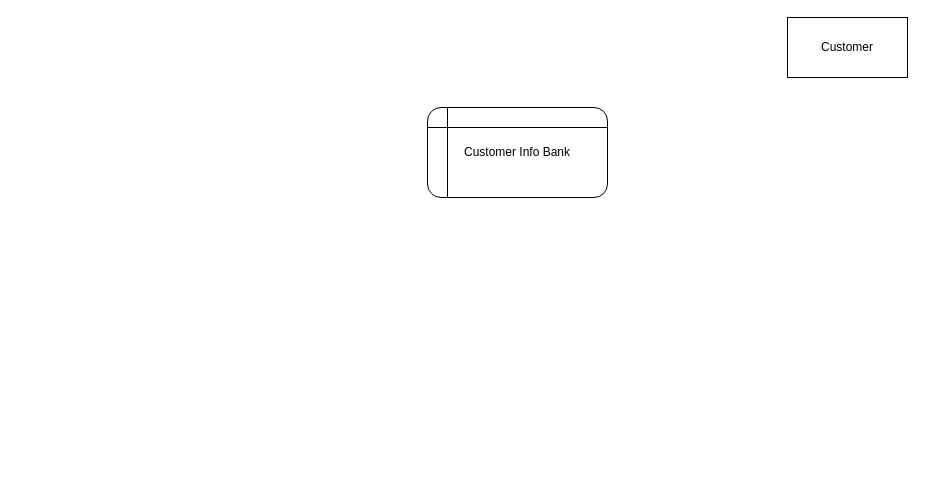
This is page "Revision Level 2 DFD (Customer Bank)" (8 of 10) of DFD DIAGRAMS.drawio from BryanFabellore/Team_SPOTLIGHT, a draw.io file, before an edit. Source tidied: cells renumbered, new cells numbered last; positions are measured from the earlier drawing's top-left corner, leaving out a move shared by most shapes. Both pictures are drawn from the tidied source at 100%, with x=0, y=0 at pixel (427, 17).
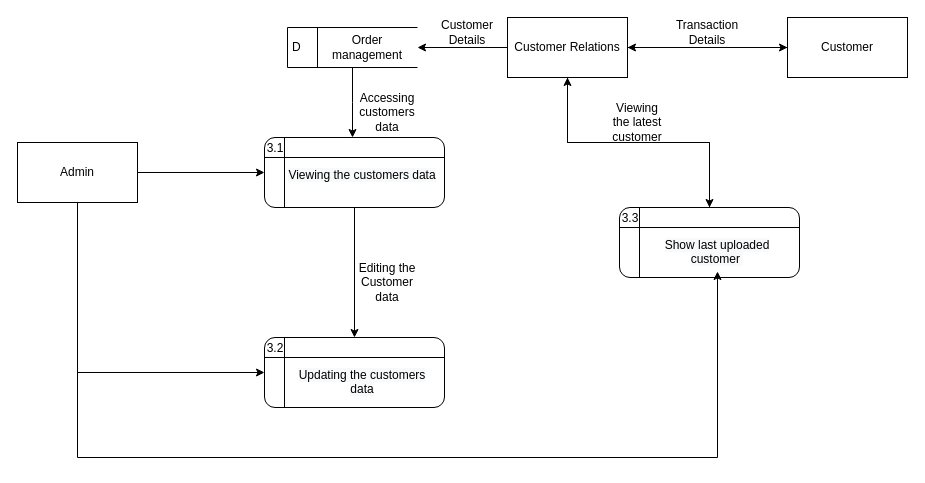
After the change.

The change refers to these unchanged cells:
```xml
<mxCell id="3" value="Customer" style="rounded=0;whiteSpace=wrap;html=1;strokeColor=default;fontFamily=Helvetica;fontSize=12;fontColor=default;fillColor=#FFFFFF;" parent="1" vertex="1">
  <mxGeometry x="360" width="120" height="60" as="geometry" />
</mxCell>
```

What changed in the source:
```diff
@@
-    <mxCell id="2" value="Customer Info Bank" style="shape=internalStorage;whiteSpace=wrap;html=1;backgroundOutline=1;rounded=1;strokeColor=default;fontFamily=Helvetica;fontSize=12;fontColor=default;fillColor=#FFFFFF;" parent="1" vertex="1">
-      <mxGeometry y="90" width="180" height="90" as="geometry" />
-    </mxCell>
+    <mxCell id="4" style="edgeStyle=orthogonalEdgeStyle;rounded=0;jettySize=auto;html=1;entryX=1;entryY=0.5;entryDx=0;entryDy=0;" parent="1" edge="1" source="3" target="8">
+      <mxGeometry relative="1" as="geometry" />
+    </mxCell>
@@
+    <mxCell id="5" style="edgeStyle=orthogonalEdgeStyle;rounded=0;jettySize=auto;html=1;" parent="1" edge="1" source="8" target="3">
+      <mxGeometry relative="1" as="geometry" />
+    </mxCell>
+    <mxCell id="6" style="edgeStyle=orthogonalEdgeStyle;rounded=0;jettySize=auto;html=1;entryX=1;entryY=0.5;entryDx=0;entryDy=0;" parent="1" edge="1" source="8" target="15">
+      <mxGeometry relative="1" as="geometry" />
+    </mxCell>
+    <mxCell id="7" style="edgeStyle=orthogonalEdgeStyle;rounded=0;jettySize=auto;html=1;entryX=0.5;entryY=0;entryDx=0;entryDy=0;" parent="1" edge="1" source="8" target="27">
+      <mxGeometry relative="1" as="geometry" />
+    </mxCell>
+    <mxCell id="8" value="Customer Relations" style="rounded=0;whiteSpace=wrap;html=1;strokeColor=default;fontFamily=Helvetica;fontSize=12;fontColor=default;fillColor=#FFFFFF;" parent="1" vertex="1">
+      <mxGeometry x="80" width="120" height="60" as="geometry" />
+    </mxCell>
+    <mxCell id="9" value="Transaction Details" style="text;html=1;strokeColor=none;fillColor=none;align=center;verticalAlign=middle;whiteSpace=wrap;rounded=0;" parent="1" vertex="1">
+      <mxGeometry x="250" width="60" height="30" as="geometry" />
+    </mxCell>
+    <mxCell id="10" style="group;" parent="1" vertex="1">
+      <mxGeometry x="-167" y="120" width="184" height="70" as="geometry" />
+    </mxCell>
+    <mxCell id="11" style="shape=internalStorage;whiteSpace=wrap;html=1;backgroundOutline=1;rounded=1;strokeColor=default;fontFamily=Helvetica;fontSize=12;fontColor=default;fillColor=#FFFFFF;" parent="10" vertex="1">
+      <mxGeometry x="4" width="180" height="70" as="geometry" />
+    </mxCell>
+    <mxCell id="12" value="3.1" style="text;html=1;strokeColor=none;fillColor=none;align=center;verticalAlign=middle;whiteSpace=wrap;rounded=0;" parent="10" vertex="1">
+      <mxGeometry y="1" width="30" height="20" as="geometry" />
+    </mxCell>
+    <mxCell id="13" value="&lt;span style=&quot;color: rgb(0, 0, 0); font-family: Helvetica; font-size: 12px; font-style: normal; font-variant-ligatures: normal; font-variant-caps: normal; font-weight: 400; letter-spacing: normal; orphans: 2; text-indent: 0px; text-transform: none; widows: 2; word-spacing: 0px; -webkit-text-stroke-width: 0px; background-color: rgb(248, 249, 250); text-decoration-thickness: initial; text-decoration-style: initial; text-decoration-color: initial; float: none; display: inline !important;&quot;&gt;Viewing the customers data&lt;/span&gt;" style="text;whiteSpace=wrap;html=1;align=center;" parent="10" vertex="1">
+      <mxGeometry x="27" y="24" width="150" height="40" as="geometry" />
+    </mxCell>
+    <mxCell id="14" style="group;" parent="1" vertex="1">
+      <mxGeometry x="-140" y="10" width="130" height="40" as="geometry" />
+    </mxCell>
+    <mxCell id="15" value="D&lt;span style=&quot;white-space: pre;&quot;&gt; &lt;/span&gt;" style="html=1;dashed=0;whitespace=wrap;shape=mxgraph.dfd.dataStoreID;align=left;spacingLeft=3;points=[[0,0],[0.5,0],[1,0],[0,0.5],[1,0.5],[0,1],[0.5,1],[1,1]];" parent="14" vertex="1">
+      <mxGeometry width="130" height="40" as="geometry" />
+    </mxCell>
+    <mxCell id="16" value="Order management" style="text;html=1;strokeColor=none;fillColor=none;align=center;verticalAlign=middle;whiteSpace=wrap;rounded=0;" parent="14" vertex="1">
+      <mxGeometry x="50" y="10" width="60" height="20" as="geometry" />
+    </mxCell>
+    <mxCell id="17" style="edgeStyle=orthogonalEdgeStyle;rounded=0;jettySize=auto;html=1;" parent="1" edge="1" source="15">
+      <mxGeometry relative="1" as="geometry">
+        <mxPoint x="-75" y="120" as="targetPoint" />
+      </mxGeometry>
+    </mxCell>
+    <mxCell id="18" value="Customer Details" style="text;html=1;strokeColor=none;fillColor=none;align=center;verticalAlign=middle;whiteSpace=wrap;rounded=0;" parent="1" vertex="1">
+      <mxGeometry x="10" width="60" height="30" as="geometry" />
+    </mxCell>
+    <mxCell id="19" style="group;" parent="1" vertex="1">
+      <mxGeometry x="-167" y="320" width="184" height="70" as="geometry" />
+    </mxCell>
+    <mxCell id="20" style="shape=internalStorage;whiteSpace=wrap;html=1;backgroundOutline=1;rounded=1;strokeColor=default;fontFamily=Helvetica;fontSize=12;fontColor=default;fillColor=#FFFFFF;" parent="19" vertex="1">
+      <mxGeometry x="4" width="180" height="70" as="geometry" />
+    </mxCell>
+    <mxCell id="21" value="3.2" style="text;html=1;strokeColor=none;fillColor=none;align=center;verticalAlign=middle;whiteSpace=wrap;rounded=0;" parent="19" vertex="1">
+      <mxGeometry y="1" width="30" height="20" as="geometry" />
+    </mxCell>
+    <mxCell id="22" value="&lt;span style=&quot;color: rgb(0, 0, 0); font-family: Helvetica; font-size: 12px; font-style: normal; font-variant-ligatures: normal; font-variant-caps: normal; font-weight: 400; letter-spacing: normal; orphans: 2; text-indent: 0px; text-transform: none; widows: 2; word-spacing: 0px; -webkit-text-stroke-width: 0px; background-color: rgb(248, 249, 250); text-decoration-thickness: initial; text-decoration-style: initial; text-decoration-color: initial; float: none; display: inline !important;&quot;&gt;Updating the customers data&lt;/span&gt;" style="text;whiteSpace=wrap;html=1;align=center;" parent="19" vertex="1">
+      <mxGeometry x="27" y="24" width="150" height="40" as="geometry" />
+    </mxCell>
+    <mxCell id="23" style="edgeStyle=orthogonalEdgeStyle;rounded=0;jettySize=auto;html=1;exitX=0.5;exitY=1;exitDx=0;exitDy=0;entryX=0.5;entryY=0;entryDx=0;entryDy=0;" parent="1" edge="1" source="11" target="20">
+      <mxGeometry relative="1" as="geometry" />
+    </mxCell>
+    <mxCell id="24" value="Accessing customers data" style="text;html=1;strokeColor=none;fillColor=none;align=center;verticalAlign=middle;whiteSpace=wrap;rounded=0;" parent="1" vertex="1">
+      <mxGeometry x="-70" y="80" width="60" height="30" as="geometry" />
+    </mxCell>
+    <mxCell id="25" value="Editing the Customer data" style="text;html=1;strokeColor=none;fillColor=none;align=center;verticalAlign=middle;whiteSpace=wrap;rounded=0;" parent="1" vertex="1">
+      <mxGeometry x="-70" y="250" width="60" height="30" as="geometry" />
+    </mxCell>
+    <mxCell id="26" style="group;" parent="1" vertex="1">
+      <mxGeometry x="188" y="190" width="184" height="70" as="geometry" />
+    </mxCell>
+    <mxCell id="27" style="shape=internalStorage;whiteSpace=wrap;html=1;backgroundOutline=1;rounded=1;strokeColor=default;fontFamily=Helvetica;fontSize=12;fontColor=default;fillColor=#FFFFFF;" parent="26" vertex="1">
+      <mxGeometry x="4" width="180" height="70" as="geometry" />
+    </mxCell>
+    <mxCell id="28" value="3.3" style="text;html=1;strokeColor=none;fillColor=none;align=center;verticalAlign=middle;whiteSpace=wrap;rounded=0;" parent="26" vertex="1">
+      <mxGeometry y="1" width="30" height="20" as="geometry" />
+    </mxCell>
+    <mxCell id="29" value="&lt;span style=&quot;color: rgb(0, 0, 0); font-family: Helvetica; font-size: 12px; font-style: normal; font-variant-ligatures: normal; font-variant-caps: normal; font-weight: 400; letter-spacing: normal; orphans: 2; text-indent: 0px; text-transform: none; widows: 2; word-spacing: 0px; -webkit-text-stroke-width: 0px; background-color: rgb(248, 249, 250); text-decoration-thickness: initial; text-decoration-style: initial; text-decoration-color: initial; float: none; display: inline !important;&quot;&gt;Show last uploaded customer&amp;nbsp;&lt;/span&gt;" style="text;whiteSpace=wrap;html=1;align=center;" parent="26" vertex="1">
+      <mxGeometry x="27" y="24" width="150" height="40" as="geometry" />
+    </mxCell>
+    <mxCell id="30" style="edgeStyle=orthogonalEdgeStyle;rounded=0;jettySize=auto;html=1;entryX=0.5;entryY=1;entryDx=0;entryDy=0;" parent="1" edge="1" source="27" target="8">
+      <mxGeometry relative="1" as="geometry" />
+    </mxCell>
+    <mxCell id="31" value="Viewing the latest customer" style="text;html=1;strokeColor=none;fillColor=none;align=center;verticalAlign=middle;whiteSpace=wrap;rounded=0;" parent="1" vertex="1">
+      <mxGeometry x="180" y="90" width="60" height="30" as="geometry" />
+    </mxCell>
+    <mxCell id="32" style="edgeStyle=orthogonalEdgeStyle;rounded=0;jettySize=auto;html=1;entryX=0;entryY=0.5;entryDx=0;entryDy=0;" parent="1" edge="1" source="35" target="11">
+      <mxGeometry relative="1" as="geometry" />
+    </mxCell>
+    <mxCell id="33" style="edgeStyle=orthogonalEdgeStyle;rounded=0;jettySize=auto;html=1;entryX=0.5;entryY=1;entryDx=0;entryDy=0;" parent="1" edge="1" source="35" target="29">
+      <mxGeometry relative="1" as="geometry">
+        <Array as="points">
+          <mxPoint x="-350" y="440" />
+          <mxPoint x="290" y="440" />
+        </Array>
+      </mxGeometry>
+    </mxCell>
+    <mxCell id="34" style="edgeStyle=orthogonalEdgeStyle;rounded=0;jettySize=auto;html=1;entryX=0;entryY=0.5;entryDx=0;entryDy=0;" parent="1" edge="1" source="35" target="20">
+      <mxGeometry relative="1" as="geometry">
+        <Array as="points">
+          <mxPoint x="-350" y="355" />
+        </Array>
+      </mxGeometry>
+    </mxCell>
+    <mxCell id="35" value="Admin" style="rounded=0;whiteSpace=wrap;html=1;strokeColor=default;fontFamily=Helvetica;fontSize=12;fontColor=default;fillColor=#FFFFFF;" parent="1" vertex="1">
+      <mxGeometry x="-410" y="125" width="120" height="60" as="geometry" />
+    </mxCell>
```
